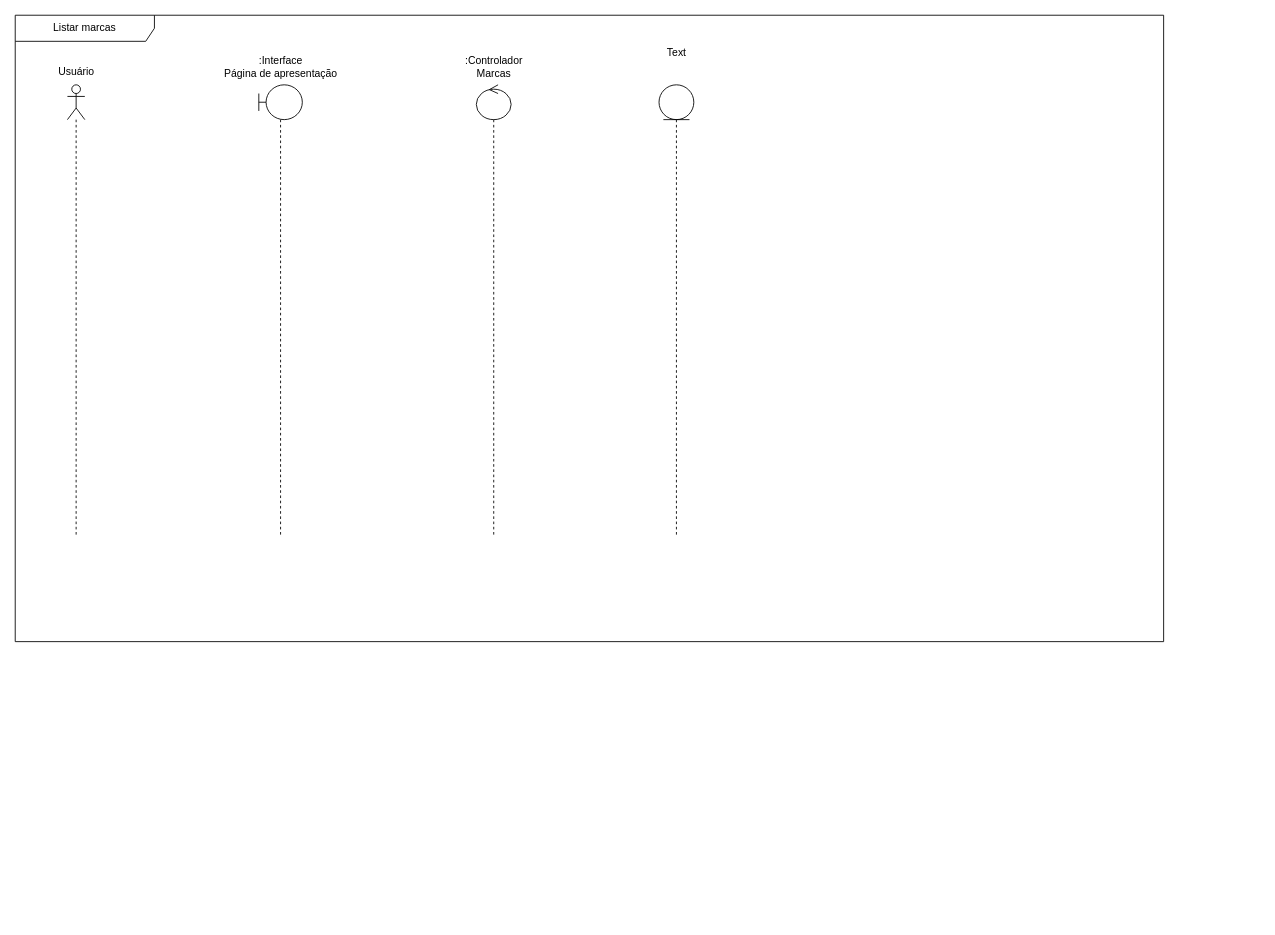
The draw.io diagram UML/sequencia/marcas/Listar-marcas.drawio in Dev-Vinicius-Borges/thousand-miles, before the edit. Source tidied: cells renumbered, new cells numbered last; positions are measured from the earlier drawing's top-left corner, leaving out a move shared by most shapes. Both pictures are drawn from the tidied source at 87%, with x=0, y=0 at pixel (15, 15).
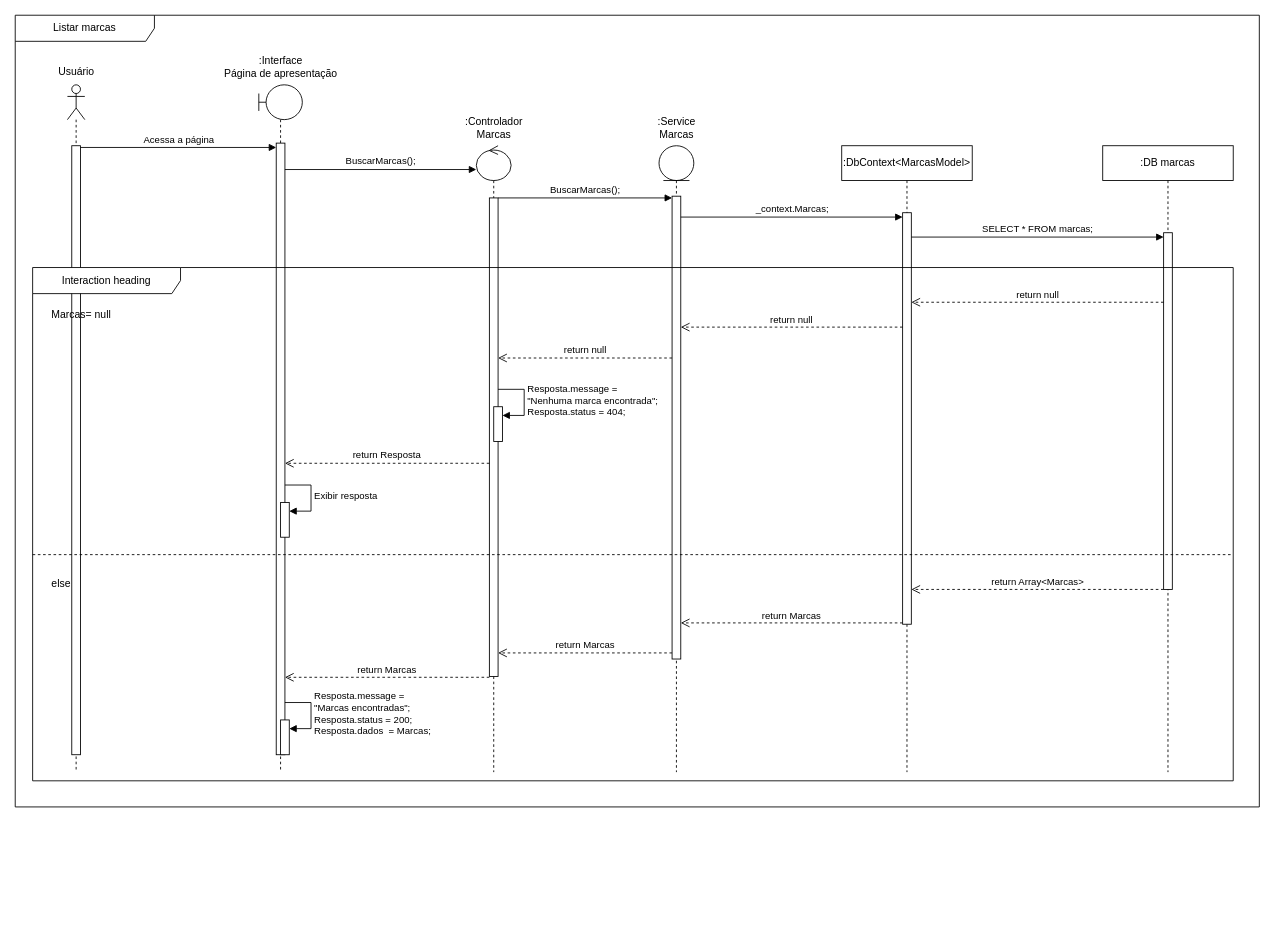
The same diagram, later.

Commit message:
docs(UML): Criação do diagrama para listagem de marcas

The edit, as a diff of the source:
```diff
@@
     <mxCell id="2" value="Listar marcas" style="shape=umlFrame;whiteSpace=wrap;html=1;width=160;" parent="1" vertex="1">
-      <mxGeometry width="1320" height="720" as="geometry" />
+      <mxGeometry width="1430" height="910" as="geometry" />
     </mxCell>
     <mxCell id="3" style="group;" parent="2" vertex="1">
-      <mxGeometry x="40" y="50" width="60" height="550" as="geometry" />
+      <mxGeometry x="40" y="50" width="1380" height="990" as="geometry" />
     </mxCell>
     <mxCell id="4" style="shape=umlLifeline;perimeter=lifelinePerimeter;whiteSpace=wrap;html=1;newEdgeStyle={&quot;curved&quot;:0,&quot;rounded&quot;:0};participant=umlActor;" parent="3" vertex="1">
-      <mxGeometry x="20" y="30" width="20" height="520" as="geometry" />
+      <mxGeometry x="20" y="30" width="20" height="790" as="geometry" />
     </mxCell>
+    <mxCell id="14" style="html=1;points=[[0,0,0,0,5],[0,1,0,0,-5],[1,0,0,0,5],[1,1,0,0,-5]];perimeter=orthogonalPerimeter;outlineConnect=0;targetShapes=umlLifeline;portConstraint=eastwest;newEdgeStyle={&quot;curved&quot;:0,&quot;rounded&quot;:0};" parent="4" vertex="1">
+      <mxGeometry x="5" y="70" width="10" height="700" as="geometry" />
+    </mxCell>
@@
     <mxCell id="6" style="group;" parent="2" vertex="1">
-      <mxGeometry x="230" y="40" width="150" height="560" as="geometry" />
+      <mxGeometry x="230" y="40" width="150" height="1000" as="geometry" />
     </mxCell>
     <mxCell id="7" style="shape=umlLifeline;perimeter=lifelinePerimeter;whiteSpace=wrap;html=1;newEdgeStyle={&quot;curved&quot;:0,&quot;rounded&quot;:0};participant=umlBoundary;" parent="6" vertex="1">
-      <mxGeometry x="50" y="40" width="50" height="520" as="geometry" />
+      <mxGeometry x="50" y="40" width="50" height="790" as="geometry" />
     </mxCell>
+    <mxCell id="15" style="html=1;points=[[0,0,0,0,5],[0,1,0,0,-5],[1,0,0,0,5],[1,1,0,0,-5]];perimeter=orthogonalPerimeter;outlineConnect=0;targetShapes=umlLifeline;portConstraint=eastwest;newEdgeStyle={&quot;curved&quot;:0,&quot;rounded&quot;:0};" parent="7" vertex="1">
+      <mxGeometry x="20" y="67" width="10" height="703" as="geometry" />
+    </mxCell>
@@
     <mxCell id="9" style="group;" parent="2" vertex="1">
-      <mxGeometry x="505" y="40" width="90" height="560" as="geometry" />
+      <mxGeometry x="505" y="110" width="90" height="930" as="geometry" />
     </mxCell>
     <mxCell id="10" style="shape=umlLifeline;perimeter=lifelinePerimeter;whiteSpace=wrap;html=1;outlineConnect=0;portConstraint=eastwest;newEdgeStyle={&quot;curved&quot;:0,&quot;rounded&quot;:0};participant=umlControl;" parent="9" vertex="1">
-      <mxGeometry x="25" y="40" width="40" height="520" as="geometry" />
+      <mxGeometry x="25" y="40" width="40" height="720" as="geometry" />
     </mxCell>
+    <mxCell id="16" style="html=1;perimeter=orthogonalPerimeter;targetShapes=umlLifeline;newEdgeStyle={&quot;curved&quot;:0,&quot;rounded&quot;:0};" parent="10" vertex="1">
+      <mxGeometry x="15" y="60" width="10" height="550" as="geometry" />
+    </mxCell>
@@
+    <mxCell id="17" value="Acessa a página" style="html=1;verticalAlign=bottom;endArrow=block;curved=0;rounded=0;entryX=0;entryY=0;entryDx=0;entryDy=5;" parent="2" edge="1" source="14" target="15">
+      <mxGeometry relative="1" as="geometry" />
+    </mxCell>
+    <mxCell id="18" style="group;" parent="2" vertex="1">
+      <mxGeometry x="725" y="110" width="70" height="930" as="geometry" />
+    </mxCell>
-    <mxCell id="12" style="shape=umlLifeline;perimeter=lifelinePerimeter;whiteSpace=wrap;html=1;newEdgeStyle={&quot;curved&quot;:0,&quot;rounded&quot;:0};participant=umlEntity;" parent="2" vertex="1">
-      <mxGeometry x="740" y="80" width="40" height="520" as="geometry" />
+    <mxCell id="12" style="shape=umlLifeline;perimeter=lifelinePerimeter;whiteSpace=wrap;html=1;newEdgeStyle={&quot;curved&quot;:0,&quot;rounded&quot;:0};participant=umlEntity;" parent="18" vertex="1">
+      <mxGeometry x="15" y="40" width="40" height="720" as="geometry" />
     </mxCell>
+    <mxCell id="19" style="html=1;points=[[0,0,0,0,5],[0,1,0,0,-5],[1,0,0,0,5],[1,1,0,0,-5]];perimeter=orthogonalPerimeter;outlineConnect=0;targetShapes=umlLifeline;portConstraint=eastwest;newEdgeStyle={&quot;curved&quot;:0,&quot;rounded&quot;:0};" parent="12" vertex="1">
+      <mxGeometry x="15" y="58" width="10" height="532" as="geometry" />
+    </mxCell>
-    <mxCell id="13" value="Text" style="text;html=1;align=center;verticalAlign=middle;strokeColor=none;fillColor=none;" parent="1" vertex="1">
-      <mxGeometry x="735" y="28" width="50" height="30" as="geometry" />
+    <mxCell id="13" value=":Service&lt;div&gt;Marcas&lt;/div&gt;" style="text;html=1;align=center;verticalAlign=middle;strokeColor=none;fillColor=none;" parent="18" vertex="1">
+      <mxGeometry width="70" height="40" as="geometry" />
     </mxCell>
+    <mxCell id="20" value=":DbContext&amp;lt;MarcasModel&amp;gt;" style="shape=umlLifeline;perimeter=lifelinePerimeter;whiteSpace=wrap;html=1;newEdgeStyle={&quot;curved&quot;:0,&quot;rounded&quot;:0};size=40;" parent="2" vertex="1">
+      <mxGeometry x="950" y="150" width="150" height="720" as="geometry" />
+    </mxCell>
+    <mxCell id="21" style="html=1;points=[[0,0,0,0,5],[0,1,0,0,-5],[1,0,0,0,5],[1,1,0,0,-5]];perimeter=orthogonalPerimeter;outlineConnect=0;targetShapes=umlLifeline;portConstraint=eastwest;newEdgeStyle={&quot;curved&quot;:0,&quot;rounded&quot;:0};" parent="20" vertex="1">
+      <mxGeometry x="70" y="77" width="10" height="473" as="geometry" />
+    </mxCell>
+    <mxCell id="22" value=":DB marcas" style="shape=umlLifeline;perimeter=lifelinePerimeter;whiteSpace=wrap;html=1;newEdgeStyle={&quot;curved&quot;:0,&quot;rounded&quot;:0};size=40;" parent="2" vertex="1">
+      <mxGeometry x="1250" y="150" width="150" height="720" as="geometry" />
+    </mxCell>
+    <mxCell id="23" style="html=1;points=[[0,0,0,0,5],[0,1,0,0,-5],[1,0,0,0,5],[1,1,0,0,-5]];perimeter=orthogonalPerimeter;outlineConnect=0;targetShapes=umlLifeline;portConstraint=eastwest;newEdgeStyle={&quot;curved&quot;:0,&quot;rounded&quot;:0};" parent="22" vertex="1">
+      <mxGeometry x="70" y="100" width="10" height="410" as="geometry" />
+    </mxCell>
+    <mxCell id="24" value="BuscarMarcas();" style="html=1;verticalAlign=bottom;endArrow=block;curved=0;rounded=0;entryX=0;entryY=0.038;entryDx=0;entryDy=0;entryPerimeter=0;" parent="2" edge="1" source="15" target="10">
+      <mxGeometry relative="1" as="geometry" />
+    </mxCell>
+    <mxCell id="25" value="BuscarMarcas();" style="html=1;verticalAlign=bottom;endArrow=block;curved=0;rounded=0;entryX=0;entryY=0;entryDx=0;entryDy=5;" parent="2" edge="1">
+      <mxGeometry relative="1" as="geometry">
+        <mxPoint x="555" y="210" as="sourcePoint" />
+        <mxPoint x="755" y="210" as="targetPoint" />
+      </mxGeometry>
+    </mxCell>
+    <mxCell id="26" value="_context.Marcas;" style="html=1;verticalAlign=bottom;endArrow=block;curved=0;rounded=0;entryX=0;entryY=0;entryDx=0;entryDy=5;" parent="2" edge="1" source="19" target="21">
+      <mxGeometry relative="1" as="geometry" />
+    </mxCell>
+    <mxCell id="27" value="SELECT * FROM marcas;" style="html=1;verticalAlign=bottom;endArrow=block;curved=0;rounded=0;entryX=0;entryY=0;entryDx=0;entryDy=5;" parent="2" edge="1" source="21" target="23">
+      <mxGeometry relative="1" as="geometry" />
+    </mxCell>
+    <mxCell id="28" value="return null" style="html=1;verticalAlign=bottom;endArrow=open;dashed=1;endSize=8;curved=0;rounded=0;exitX=0;exitY=0.233;exitDx=0;exitDy=0;exitPerimeter=0;" parent="2" edge="1">
+      <mxGeometry relative="1" as="geometry">
+        <mxPoint x="1320" y="329.9" as="sourcePoint" />
+        <mxPoint x="1030" y="329.9" as="targetPoint" />
+      </mxGeometry>
+    </mxCell>
+    <mxCell id="29" value="return null" style="html=1;verticalAlign=bottom;endArrow=open;dashed=1;endSize=8;curved=0;rounded=0;" parent="2" edge="1">
+      <mxGeometry relative="1" as="geometry">
+        <mxPoint x="1020" y="358.5" as="sourcePoint" />
+        <mxPoint x="765" y="358.5" as="targetPoint" />
+      </mxGeometry>
+    </mxCell>
+    <mxCell id="30" value="return null" style="html=1;verticalAlign=bottom;endArrow=open;dashed=1;endSize=8;curved=0;rounded=0;" parent="2" edge="1">
+      <mxGeometry relative="1" as="geometry">
+        <mxPoint x="755" y="394" as="sourcePoint" />
+        <mxPoint x="555" y="394" as="targetPoint" />
+      </mxGeometry>
+    </mxCell>
+    <mxCell id="31" value="Interaction heading" style="shape=umlFrame;whiteSpace=wrap;html=1;width=170;" parent="2" vertex="1">
+      <mxGeometry x="20" y="290" width="1380" height="590" as="geometry" />
+    </mxCell>
+    <mxCell id="32" value="Marcas= null" style="text;html=1;" parent="31" vertex="1">
+      <mxGeometry width="100" height="20" relative="1" as="geometry">
+        <mxPoint x="20" y="40" as="offset" />
+      </mxGeometry>
+    </mxCell>
+    <mxCell id="33" value="else" style="line;strokeWidth=1;dashed=1;labelPosition=center;verticalLabelPosition=bottom;align=left;verticalAlign=top;spacingLeft=20;spacingTop=15;html=1;whiteSpace=wrap;" parent="31" vertex="1">
+      <mxGeometry y="325" width="1380" height="10" as="geometry" />
+    </mxCell>
+    <mxCell id="34" style="html=1;points=[[0,0,0,0,5],[0,1,0,0,-5],[1,0,0,0,5],[1,1,0,0,-5]];perimeter=orthogonalPerimeter;outlineConnect=0;targetShapes=umlLifeline;portConstraint=eastwest;newEdgeStyle={&quot;curved&quot;:0,&quot;rounded&quot;:0};" parent="31" vertex="1">
+      <mxGeometry x="530" y="160" width="10" height="40" as="geometry" />
+    </mxCell>
+    <mxCell id="35" value="Resposta.message =&lt;div&gt;&quot;Nenhuma marca encontrada&quot;;&lt;/div&gt;&lt;div&gt;Resposta.status = 404;&lt;/div&gt;" style="html=1;align=left;spacingLeft=2;endArrow=block;rounded=0;edgeStyle=orthogonalEdgeStyle;curved=0;rounded=0;" parent="31" edge="1" target="34">
+      <mxGeometry relative="1" as="geometry">
+        <mxPoint x="535" y="140" as="sourcePoint" />
+        <Array as="points">
+          <mxPoint x="565" y="170" />
+        </Array>
+      </mxGeometry>
+    </mxCell>
+    <mxCell id="36" style="html=1;points=[[0,0,0,0,5],[0,1,0,0,-5],[1,0,0,0,5],[1,1,0,0,-5]];perimeter=orthogonalPerimeter;outlineConnect=0;targetShapes=umlLifeline;portConstraint=eastwest;newEdgeStyle={&quot;curved&quot;:0,&quot;rounded&quot;:0};" parent="31" vertex="1">
+      <mxGeometry x="285" y="270" width="10" height="40" as="geometry" />
+    </mxCell>
+    <mxCell id="37" value="Exibir resposta" style="html=1;align=left;spacingLeft=2;endArrow=block;rounded=0;edgeStyle=orthogonalEdgeStyle;curved=0;rounded=0;" parent="31" edge="1" target="36">
+      <mxGeometry relative="1" as="geometry">
+        <mxPoint x="290" y="250" as="sourcePoint" />
+        <Array as="points">
+          <mxPoint x="320" y="280" />
+        </Array>
+      </mxGeometry>
+    </mxCell>
+    <mxCell id="38" style="html=1;points=[[0,0,0,0,5],[0,1,0,0,-5],[1,0,0,0,5],[1,1,0,0,-5]];perimeter=orthogonalPerimeter;outlineConnect=0;targetShapes=umlLifeline;portConstraint=eastwest;newEdgeStyle={&quot;curved&quot;:0,&quot;rounded&quot;:0};" parent="31" vertex="1">
+      <mxGeometry x="285" y="520" width="10" height="40" as="geometry" />
+    </mxCell>
+    <mxCell id="39" value="Resposta.message =&amp;nbsp;&lt;div&gt;&quot;Marcas encontradas&quot;;&lt;/div&gt;&lt;div&gt;Resposta.status = 200;&lt;/div&gt;&lt;div&gt;Resposta.dados&amp;nbsp; = Marcas;&lt;/div&gt;" style="html=1;align=left;spacingLeft=2;endArrow=block;rounded=0;edgeStyle=orthogonalEdgeStyle;curved=0;rounded=0;" parent="31" edge="1" target="38">
+      <mxGeometry relative="1" as="geometry">
+        <mxPoint x="290" y="500" as="sourcePoint" />
+        <Array as="points">
+          <mxPoint x="320" y="530" />
+        </Array>
+      </mxGeometry>
+    </mxCell>
+    <mxCell id="40" value="return Resposta" style="html=1;verticalAlign=bottom;endArrow=open;dashed=1;endSize=8;curved=0;rounded=0;" parent="2" edge="1">
+      <mxGeometry relative="1" as="geometry">
+        <mxPoint x="545" y="515" as="sourcePoint" />
+        <mxPoint x="310" y="515" as="targetPoint" />
+      </mxGeometry>
+    </mxCell>
+    <mxCell id="41" value="return Array&amp;lt;Marcas&amp;gt;" style="html=1;verticalAlign=bottom;endArrow=open;dashed=1;endSize=8;curved=0;rounded=0;" parent="2" edge="1">
+      <mxGeometry relative="1" as="geometry">
+        <mxPoint x="1320" y="660" as="sourcePoint" />
+        <mxPoint x="1030" y="660" as="targetPoint" />
+      </mxGeometry>
+    </mxCell>
+    <mxCell id="42" value="return Marcas" style="html=1;verticalAlign=bottom;endArrow=open;dashed=1;endSize=8;curved=0;rounded=0;" parent="2" edge="1">
+      <mxGeometry relative="1" as="geometry">
+        <mxPoint x="1020" y="698.5" as="sourcePoint" />
+        <mxPoint x="765" y="698.5" as="targetPoint" />
+      </mxGeometry>
+    </mxCell>
+    <mxCell id="43" value="return Marcas" style="html=1;verticalAlign=bottom;endArrow=open;dashed=1;endSize=8;curved=0;rounded=0;" parent="2" edge="1">
+      <mxGeometry relative="1" as="geometry">
+        <mxPoint x="755" y="733" as="sourcePoint" />
+        <mxPoint x="555" y="733" as="targetPoint" />
+      </mxGeometry>
+    </mxCell>
+    <mxCell id="44" value="return Marcas" style="html=1;verticalAlign=bottom;endArrow=open;dashed=1;endSize=8;curved=0;rounded=0;" parent="2" edge="1">
+      <mxGeometry relative="1" as="geometry">
+        <mxPoint x="545" y="761" as="sourcePoint" />
+        <mxPoint x="310" y="761" as="targetPoint" />
+      </mxGeometry>
+    </mxCell>
```
